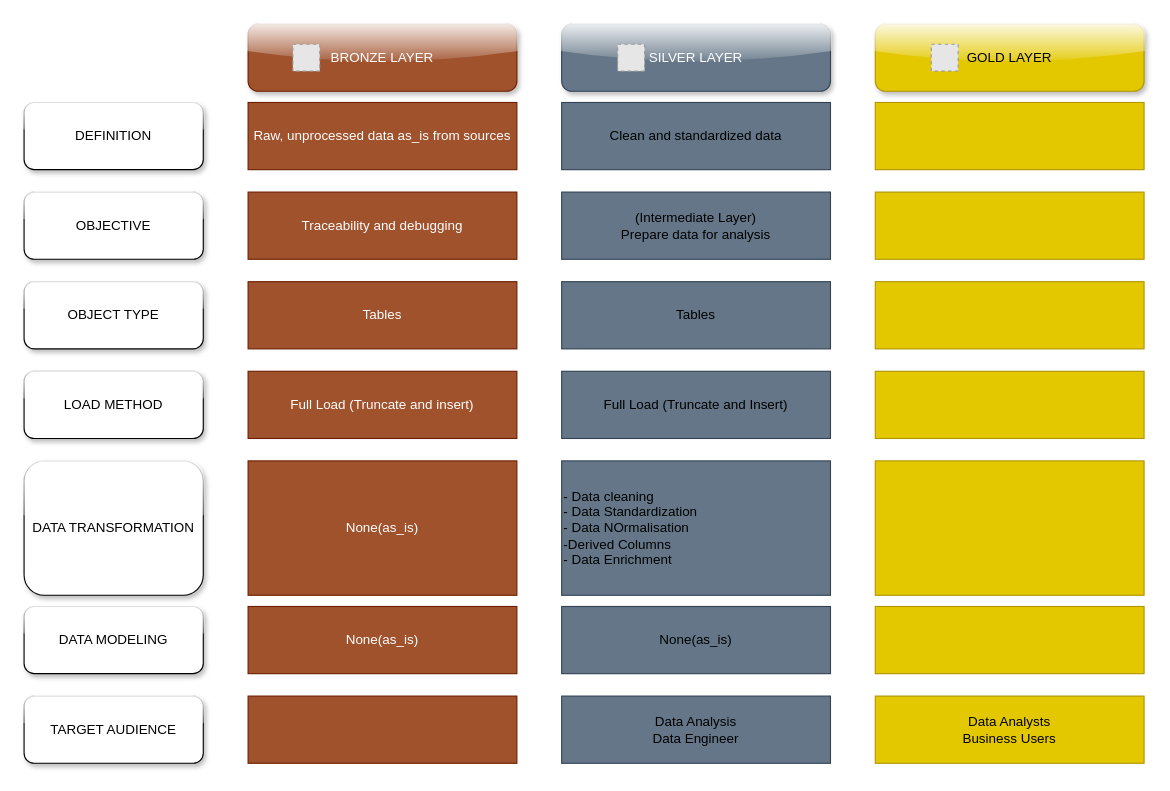
This is docs/Untitled Diagram.drawio from Simran-Sh/DataWarehouse_SQL, a draw.io file, before an edit. Source tidied: cells renumbered, new cells numbered last; positions are measured from the earlier drawing's top-left corner, leaving out a move shared by most shapes. Both pictures are drawn from the tidied source at 112%, with x=0, y=0 at pixel (24, 24). Pictures stored in the file or linked from it are replaced by grey dashed boxes.
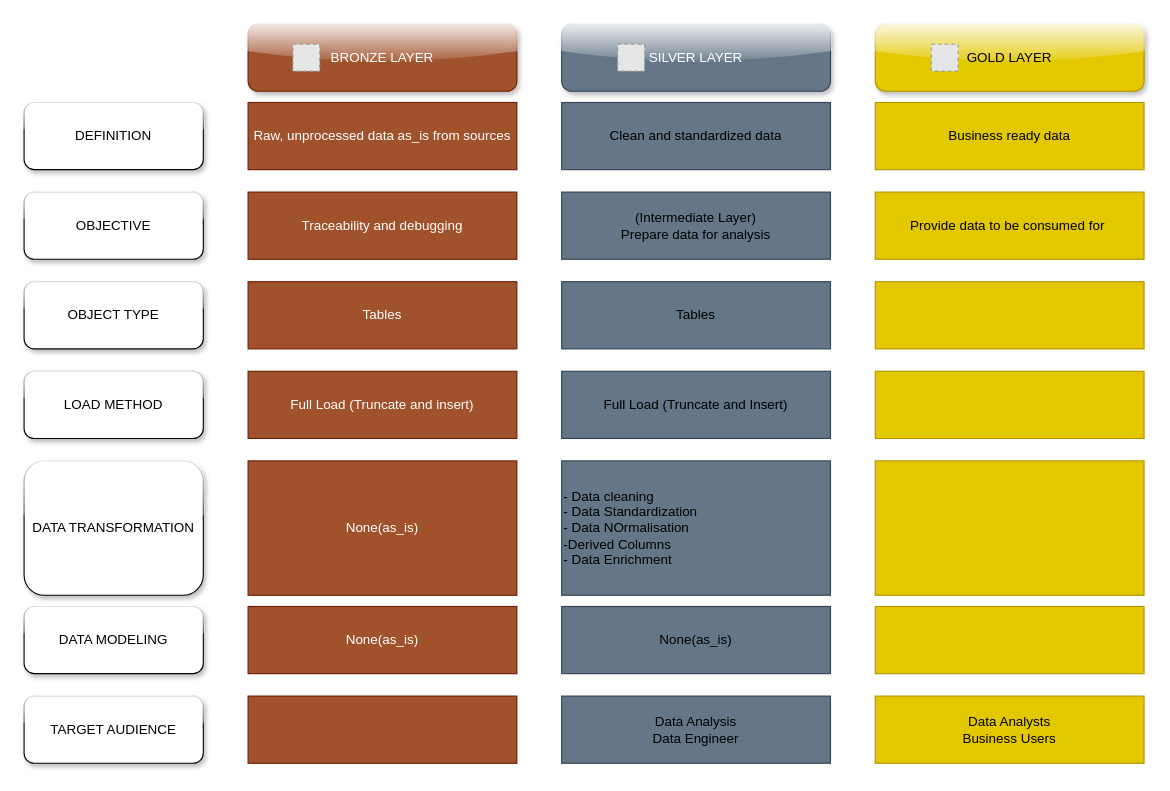
Above is the later version.

The edit, as a diff of the source:
```diff
@@
-    <mxCell id="12" style="rounded=0;whiteSpace=wrap;html=1;fillColor=#e3c800;strokeColor=#B09500;" parent="1" vertex="1">
+    <mxCell id="12" value="Provide data to be consumed for&amp;nbsp;" style="rounded=0;whiteSpace=wrap;html=1;fillColor=#e3c800;strokeColor=#B09500;" parent="1" vertex="1">
       <mxGeometry x="760" y="150" width="240" height="60" as="geometry" />
     </mxCell>
@@
-    <mxCell id="14" style="rounded=0;whiteSpace=wrap;html=1;fillColor=#e3c800;strokeColor=#B09500;" parent="1" vertex="1">
+    <mxCell id="14" value="Business ready data" style="rounded=0;whiteSpace=wrap;html=1;fillColor=#e3c800;strokeColor=#B09500;" parent="1" vertex="1">
       <mxGeometry x="760" y="70" width="240" height="60" as="geometry" />
     </mxCell>
```
